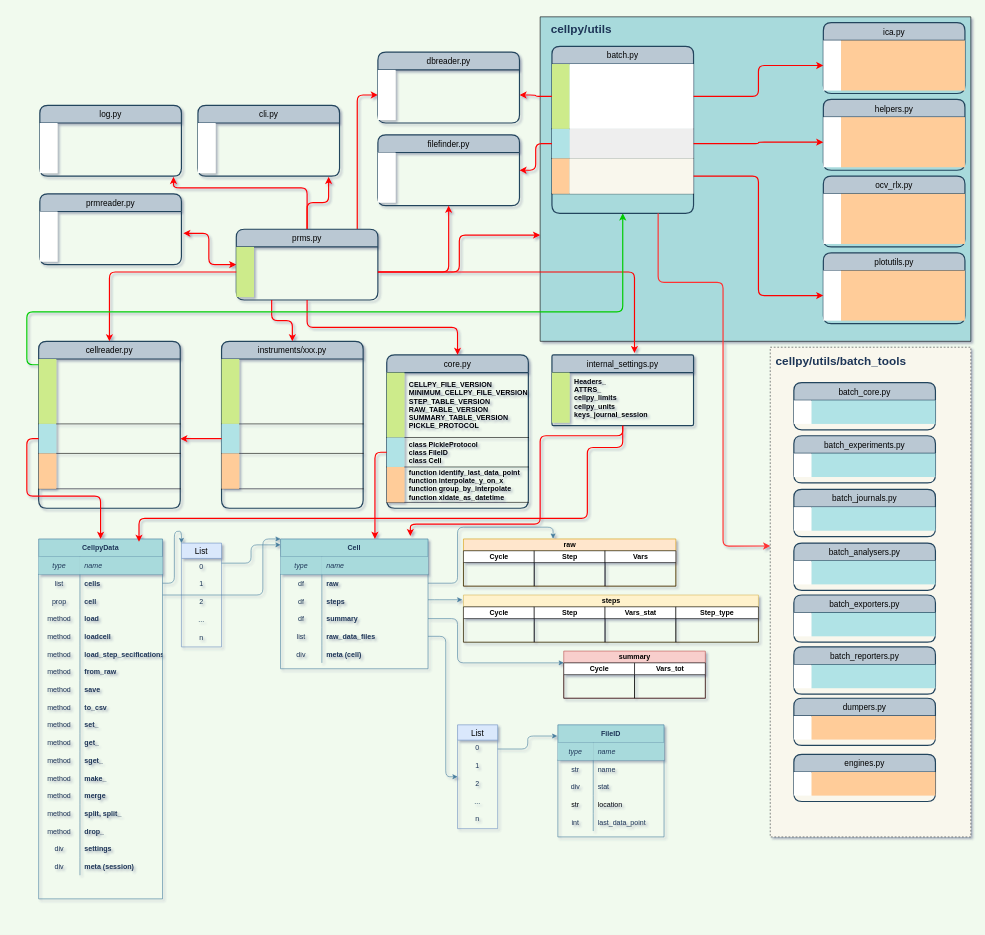
jepegit/cellpy_utilities keeps this draw.io diagram as cellpy_utils/cellpy-cellpydata-structure.drawio. Above is the earlier version. Source tidied: cells renumbered, new cells numbered last; positions are measured from the earlier drawing's top-left corner, leaving out a move shared by most shapes. Both pictures are drawn from the tidied source at 59%, with x=0, y=0 at pixel (27, 17).
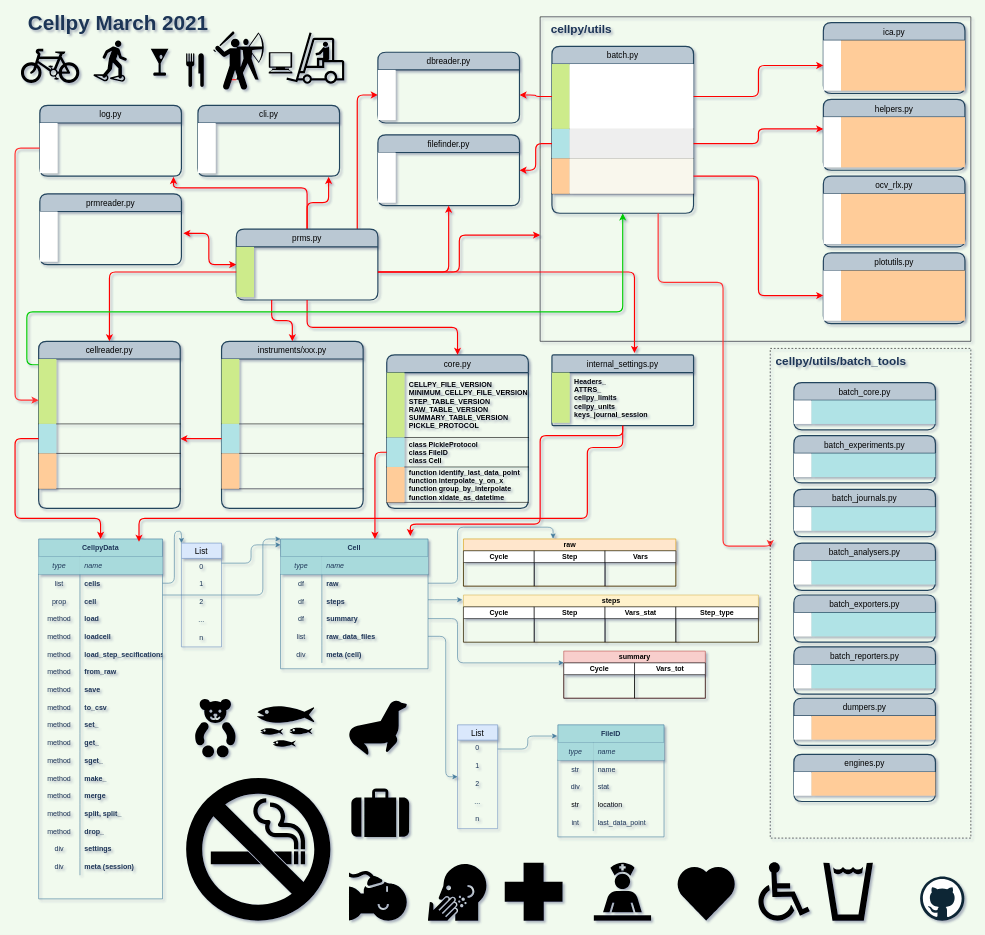
Above is the later version.

Unchanged cells that the change refers to:
```xml
<mxCell id="3" value="CellpyData" style="shape=table;startSize=30;childLayout=tableLayout;rowLines=0;fontStyle=1;align=center;fillColor=#A8DADC;strokeColor=#457B9D;fontColor=#1D3557;" parent="1" vertex="1">
  <mxGeometry x="20" y="885" width="210" height="610" as="geometry" />
</mxCell>
<mxCell id="145" style="shape=partialRectangle;fillColor=none;top=0;left=0;bottom=1;right=0;points=[[0,0.5],[1,0.5]];portConstraint=eastwest;" parent="144" vertex="1">
  <mxGeometry width="240" height="110" as="geometry" />
</mxCell>
<mxCell id="148" style="shape=partialRectangle;fillColor=none;top=0;left=0;bottom=1;right=0;points=[[0,0.5],[1,0.5]];portConstraint=eastwest;" parent="144" vertex="1">
  <mxGeometry y="110" width="240" height="50" as="geometry" />
</mxCell>
<mxCell id="189" style="shape=partialRectangle;fillColor=none;top=0;left=0;bottom=0;right=0;points=[[0,0.5],[1,0.5]];portConstraint=eastwest;" parent="188" vertex="1">
  <mxGeometry width="240" height="85" as="geometry" />
</mxCell>
<mxCell id="211" style="shape=table;startSize=0;childLayout=tableLayout;rowLines=0;fontStyle=0;align=center;strokeColor=none;fillColor=none;rounded=0;sketch=0;fontColor=#1D3557;" parent="210" vertex="1">
  <mxGeometry y="30" width="240" height="253" as="geometry" />
</mxCell>
<mxCell id="215" style="shape=partialRectangle;fillColor=none;top=0;left=0;bottom=1;right=0;points=[[0,0.5],[1,0.5]];portConstraint=eastwest;" parent="211" vertex="1">
  <mxGeometry y="110" width="240" height="50" as="geometry" />
</mxCell>
<mxCell id="229" style="shape=partialRectangle;fillColor=none;top=0;left=0;bottom=0;right=0;points=[[0,0.5],[1,0.5]];portConstraint=eastwest;" parent="228" vertex="1">
  <mxGeometry width="240" height="85" as="geometry" />
</mxCell>
```

Change to the diagram source:
```diff
@@
-    <mxCell id="2" style="verticalLabelPosition=bottom;verticalAlign=top;html=1;shape=mxgraph.basic.rect;fillColor2=none;strokeWidth=1;size=20;indent=5;rounded=0;sketch=0;fillColor=#A8DADC;fontColor=#1D3557;" parent="1" vertex="1">
+    <mxCell id="2" style="verticalLabelPosition=bottom;verticalAlign=top;html=1;shape=mxgraph.basic.rect;fillColor2=none;strokeWidth=1;size=20;indent=5;rounded=0;sketch=0;fillColor=none;" parent="1" vertex="1">
       <mxGeometry x="870" width="730" height="550" as="geometry" />
     </mxCell>
@@
     <mxCell id="58" style="group;fontColor=#1D3557;" parent="1" vertex="1">
-      <mxGeometry x="430" y="885" width="250" height="340" as="geometry" />
+      <mxGeometry x="430" y="885" width="250" height="366" as="geometry" />
     </mxCell>
@@
+    <mxCell id="290" style="shape=mxgraph.signs.animals.seal;html=1;fillColor=#000000;strokeColor=none;verticalLabelPosition=bottom;verticalAlign=top;align=center;rounded=0;dashed=1;sketch=0;fontSize=35;fontColor=#1D3557;" parent="58" vertex="1">
+      <mxGeometry x="114" y="274" width="100" height="92" as="geometry" />
+    </mxCell>
@@
     <mxCell id="181" style="edgeStyle=orthogonalEdgeStyle;curved=0;rounded=1;sketch=0;jettySize=auto;html=1;strokeColor=#FF0000;strokeWidth=2;fillColor=#A8DADC;fontColor=#1D3557;" parent="1" edge="1" source="148" target="3">
-      <mxGeometry relative="1" as="geometry" />
+      <mxGeometry relative="1" as="geometry">
+        <Array as="points">
+          <mxPoint x="-20" y="715" />
+          <mxPoint x="-20" y="850" />
+          <mxPoint x="125" y="850" />
+        </Array>
+      </mxGeometry>
     </mxCell>
@@
     <mxCell id="245" style="edgeStyle=orthogonalEdgeStyle;curved=0;rounded=1;sketch=0;jettySize=auto;html=1;exitX=1;exitY=0.5;exitDx=0;exitDy=0;startArrow=none;startFill=0;endArrow=classic;endFill=1;strokeColor=#FF0000;strokeWidth=2;fillColor=#A8DADC;fontSize=20;fontColor=#1D3557;" parent="1" edge="1" source="215" target="229">
-      <mxGeometry relative="1" as="geometry" />
+      <mxGeometry relative="1" as="geometry">
+        <Array as="points">
+          <mxPoint x="1240" y="215" />
+          <mxPoint x="1240" y="190" />
+        </Array>
+      </mxGeometry>
     </mxCell>
@@
+    <mxCell id="254" style="edgeStyle=orthogonalEdgeStyle;curved=0;rounded=1;sketch=0;jettySize=auto;html=1;exitX=0.75;exitY=1;exitDx=0;exitDy=0;entryX=0;entryY=0.406;entryDx=0;entryDy=0;entryPerimeter=0;startArrow=none;startFill=0;endArrow=classic;endFill=1;strokeWidth=2;fillColor=#A8DADC;fontSize=20;fontColor=#1D3557;strokeColor=#FF3333;" parent="1" edge="1" source="211" target="247">
+      <mxGeometry relative="1" as="geometry">
+        <Array as="points">
+          <mxPoint x="1070" y="450" />
+          <mxPoint x="1180" y="450" />
+          <mxPoint x="1180" y="897" />
+        </Array>
+      </mxGeometry>
+    </mxCell>
+    <mxCell id="291" style="edgeStyle=orthogonalEdgeStyle;curved=0;rounded=1;sketch=0;jettySize=auto;html=1;entryX=0;entryY=0.634;entryDx=0;entryDy=0;entryPerimeter=0;startArrow=none;startFill=0;endArrow=classic;endFill=1;strokeColor=#FF3333;strokeWidth=2;fillColor=#A8DADC;fontSize=20;fontColor=#1D3557;" parent="1" edge="1" source="189" target="145">
+      <mxGeometry relative="1" as="geometry">
+        <Array as="points">
+          <mxPoint x="-20" y="222" />
+          <mxPoint x="-20" y="650" />
+        </Array>
+      </mxGeometry>
+    </mxCell>
+    <mxCell id="292" value="Cellpy March 2021" style="text;html=1;strokeColor=none;fillColor=none;align=left;verticalAlign=middle;whiteSpace=wrap;rounded=0;dashed=1;sketch=0;fontSize=35;fontColor=#1D3557;fontStyle=1;horizontal=1;" parent="1" vertex="1">
+      <mxGeometry width="330" height="20" as="geometry" />
+    </mxCell>
-    <mxCell id="247" style="verticalLabelPosition=bottom;verticalAlign=top;html=1;shape=mxgraph.basic.rect;fillColor2=none;strokeWidth=1;size=20;indent=5;rounded=0;sketch=0;fillColor=#f9f7ed;dashed=1;strokeColor=#36393d;" parent="1" vertex="1">
-      <mxGeometry x="1260" y="560" width="340" height="830" as="geometry" />
+    <mxCell id="247" style="verticalLabelPosition=bottom;verticalAlign=top;html=1;shape=mxgraph.basic.rect;fillColor2=none;strokeWidth=1;size=20;indent=5;rounded=0;sketch=0;fillColor=none;dashed=1;" parent="1" vertex="1">
+      <mxGeometry x="1260" y="562" width="340" height="830" as="geometry" />
     </mxCell>
@@
-    <mxCell id="254" style="edgeStyle=orthogonalEdgeStyle;curved=0;rounded=1;sketch=0;jettySize=auto;html=1;exitX=0.75;exitY=1;exitDx=0;exitDy=0;entryX=0;entryY=0.406;entryDx=0;entryDy=0;entryPerimeter=0;startArrow=none;startFill=0;endArrow=classic;endFill=1;strokeWidth=2;fillColor=#A8DADC;fontSize=20;fontColor=#1D3557;strokeColor=#FF3333;" parent="1" edge="1" source="211" target="247">
-      <mxGeometry relative="1" as="geometry">
-        <Array as="points">
-          <mxPoint x="1070" y="450" />
-          <mxPoint x="1180" y="450" />
-          <mxPoint x="1180" y="897" />
-        </Array>
-      </mxGeometry>
-    </mxCell>
@@
+    <mxCell id="293" style="shape=mxgraph.signs.transportation.forklift;html=1;fillColor=#000000;strokeColor=none;verticalLabelPosition=bottom;verticalAlign=top;align=center;rounded=0;dashed=1;sketch=0;fontSize=35;fontColor=#1D3557;" parent="1" vertex="1">
+      <mxGeometry x="440" y="26.5" width="98" height="87" as="geometry" />
+    </mxCell>
+    <mxCell id="294" style="shape=mxgraph.signs.tech.computer;html=1;fillColor=#000000;strokeColor=none;verticalLabelPosition=bottom;verticalAlign=top;align=center;rounded=0;dashed=1;sketch=0;fontSize=35;fontColor=#1D3557;" parent="1" vertex="1">
+      <mxGeometry x="410" y="60" width="40" height="36" as="geometry" />
+    </mxCell>
+    <mxCell id="295" style="shape=mxgraph.signs.transportation.bicycle_4;html=1;fillColor=#000000;strokeColor=none;verticalLabelPosition=bottom;verticalAlign=top;align=center;rounded=0;dashed=1;sketch=0;fontSize=35;fontColor=#1D3557;" parent="1" vertex="1">
+      <mxGeometry x="-10" y="54" width="99" height="58" as="geometry" />
+    </mxCell>
+    <mxCell id="296" style="edgeStyle=orthogonalEdgeStyle;curved=0;rounded=1;sketch=0;jettySize=auto;html=1;exitX=0;exitY=1;exitDx=0;exitDy=0;exitPerimeter=0;entryX=0.431;entryY=0.747;entryDx=0;entryDy=0;entryPerimeter=0;startArrow=none;startFill=0;endArrow=classic;endFill=1;strokeColor=#FF3333;strokeWidth=2;fillColor=#A8DADC;fontSize=35;fontColor=#1D3557;" parent="1" edge="1" source="297" target="298">
+      <mxGeometry relative="1" as="geometry" />
+    </mxCell>
+    <mxCell id="297" style="shape=mxgraph.signs.sports.archery;html=1;fillColor=#000000;strokeColor=none;verticalLabelPosition=bottom;verticalAlign=top;align=center;rounded=0;dashed=1;sketch=0;fontSize=35;fontColor=#1D3557;" parent="1" vertex="1">
+      <mxGeometry x="355" y="26.5" width="50" height="80" as="geometry" />
+    </mxCell>
+    <mxCell id="298" style="shape=mxgraph.signs.sports.baseball;html=1;fillColor=#000000;strokeColor=none;verticalLabelPosition=bottom;verticalAlign=top;align=center;rounded=0;dashed=1;sketch=0;fontSize=35;fontColor=#1D3557;" parent="1" vertex="1">
+      <mxGeometry x="316" y="25" width="58" height="99" as="geometry" />
+    </mxCell>
+    <mxCell id="299" style="shape=mxgraph.signs.sports.snow_shoeing;html=1;fillColor=#000000;strokeColor=none;verticalLabelPosition=bottom;verticalAlign=top;align=center;rounded=0;dashed=1;sketch=0;fontSize=35;fontColor=#1D3557;" parent="1" vertex="1">
+      <mxGeometry x="113" y="40" width="57" height="70" as="geometry" />
+    </mxCell>
+    <mxCell id="300" style="shape=mxgraph.signs.food.bar;html=1;fillColor=#000000;strokeColor=none;verticalLabelPosition=bottom;verticalAlign=top;align=center;rounded=0;dashed=1;sketch=0;fontSize=35;fontColor=#1D3557;" parent="1" vertex="1">
+      <mxGeometry x="210" y="54" width="30" height="46" as="geometry" />
+    </mxCell>
+    <mxCell id="301" style="shape=mxgraph.signs.food.restaurant_2;html=1;fillColor=#000000;strokeColor=none;verticalLabelPosition=bottom;verticalAlign=top;align=center;rounded=0;dashed=1;sketch=0;fontSize=35;fontColor=#1D3557;" parent="1" vertex="1">
+      <mxGeometry x="270" y="60" width="30" height="60" as="geometry" />
+    </mxCell>
+    <mxCell id="302" style="shape=mxgraph.signs.safety.no_smoking;html=1;fillColor=#000000;strokeColor=none;verticalLabelPosition=bottom;verticalAlign=top;align=center;rounded=0;dashed=1;sketch=0;fontSize=35;fontColor=#1D3557;" parent="1" vertex="1">
+      <mxGeometry x="270" y="1290" width="244.5" height="242" as="geometry" />
+    </mxCell>
+    <mxCell id="303" style="shape=mxgraph.signs.healthcare.anesthesia;html=1;fillColor=#000000;strokeColor=none;verticalLabelPosition=bottom;verticalAlign=top;align=center;rounded=0;dashed=1;sketch=0;fontSize=35;fontColor=#1D3557;" parent="1" vertex="1">
+      <mxGeometry x="546" y="1447" width="98" height="85" as="geometry" />
+    </mxCell>
+    <mxCell id="304" style="shape=mxgraph.signs.healthcare.dermatology;html=1;fillColor=#000000;strokeColor=none;verticalLabelPosition=bottom;verticalAlign=top;align=center;rounded=0;dashed=1;sketch=0;fontSize=35;fontColor=#1D3557;" parent="1" vertex="1">
+      <mxGeometry x="680" y="1436" width="99" height="96" as="geometry" />
+    </mxCell>
+    <mxCell id="305" style="shape=mxgraph.signs.healthcare.first_aid;html=1;fillColor=#000000;strokeColor=none;verticalLabelPosition=bottom;verticalAlign=top;align=center;rounded=0;dashed=1;sketch=0;fontSize=35;fontColor=#1D3557;" parent="1" vertex="1">
+      <mxGeometry x="810" y="1434" width="98" height="98" as="geometry" />
+    </mxCell>
+    <mxCell id="306" style="shape=mxgraph.signs.healthcare.care_staff_area;html=1;fillColor=#000000;strokeColor=none;verticalLabelPosition=bottom;verticalAlign=top;align=center;rounded=0;dashed=1;sketch=0;fontSize=35;fontColor=#1D3557;" parent="1" vertex="1">
+      <mxGeometry x="961" y="1434" width="97" height="98" as="geometry" />
+    </mxCell>
+    <mxCell id="307" style="shape=mxgraph.signs.healthcare.heart_1;html=1;fillColor=#000000;strokeColor=none;verticalLabelPosition=bottom;verticalAlign=top;align=center;rounded=0;dashed=1;sketch=0;fontSize=35;fontColor=#1D3557;" parent="1" vertex="1">
+      <mxGeometry x="1100" y="1438" width="103" height="94" as="geometry" />
+    </mxCell>
+    <mxCell id="308" style="shape=mxgraph.signs.healthcare.wheelchair_accessible_1;html=1;fillColor=#000000;strokeColor=none;verticalLabelPosition=bottom;verticalAlign=top;align=center;rounded=0;dashed=1;sketch=0;fontSize=35;fontColor=#1D3557;" parent="1" vertex="1">
+      <mxGeometry x="1240" y="1433" width="87" height="99" as="geometry" />
+    </mxCell>
+    <mxCell id="309" style="shape=mxgraph.signs.food.drinking_water_1;html=1;fillColor=#000000;strokeColor=none;verticalLabelPosition=bottom;verticalAlign=top;align=center;rounded=0;dashed=1;sketch=0;fontSize=35;fontColor=#1D3557;" parent="1" vertex="1">
+      <mxGeometry x="1350" y="1434" width="84" height="98" as="geometry" />
+    </mxCell>
+    <mxCell id="310" style="dashed=0;html=1;align=center;labelPosition=center;verticalLabelPosition=bottom;verticalAlign=top;shape=mxgraph.weblogos.github;rounded=0;sketch=0;strokeColor=#457B9D;fillColor=#A8DADC;fontSize=35;fontColor=#1D3557;" parent="1" vertex="1">
+      <mxGeometry x="1514" y="1457" width="75" height="75" as="geometry" />
+    </mxCell>
+    <mxCell id="311" style="shape=mxgraph.signs.animals.teddy_bear;html=1;fillColor=#000000;strokeColor=none;verticalLabelPosition=bottom;verticalAlign=top;align=center;rounded=0;dashed=1;sketch=0;fontSize=35;fontColor=#1D3557;" parent="1" vertex="1">
+      <mxGeometry x="285" y="1156" width="69" height="99" as="geometry" />
+    </mxCell>
+    <mxCell id="312" style="shape=mxgraph.signs.animals.fish_hatchery;html=1;fillColor=#000000;strokeColor=none;verticalLabelPosition=bottom;verticalAlign=top;align=center;rounded=0;dashed=1;sketch=0;fontSize=35;fontColor=#1D3557;" parent="1" vertex="1">
+      <mxGeometry x="390" y="1157" width="97" height="85" as="geometry" />
+    </mxCell>
+    <mxCell id="313" style="shape=mxgraph.signs.travel.baggage;html=1;fillColor=#000000;strokeColor=none;verticalLabelPosition=bottom;verticalAlign=top;align=center;rounded=0;dashed=1;sketch=0;fontSize=35;fontColor=#1D3557;" parent="1" vertex="1">
+      <mxGeometry x="550" y="1308" width="98" height="82" as="geometry" />
+    </mxCell>
```
